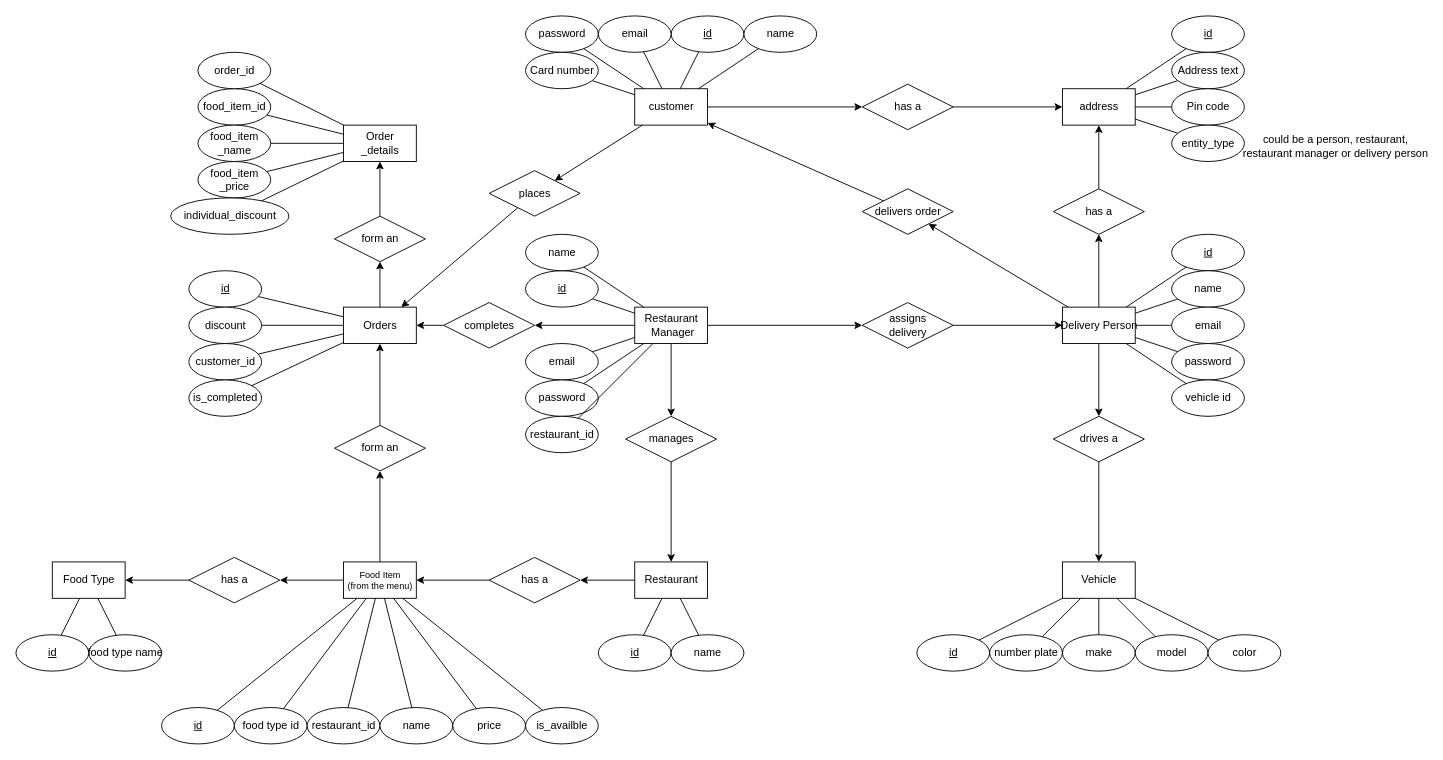
callofthewild/hunger-buzz keeps this draw.io diagram as diagrams/ER/ER diagram.drawio. Above is the earlier version. Source tidied: cells renumbered, new cells numbered last; positions are measured from the earlier drawing's top-left corner, leaving out a move shared by most shapes. Both pictures are drawn from the tidied source at 91%, with x=0, y=0 at pixel (15, 15).
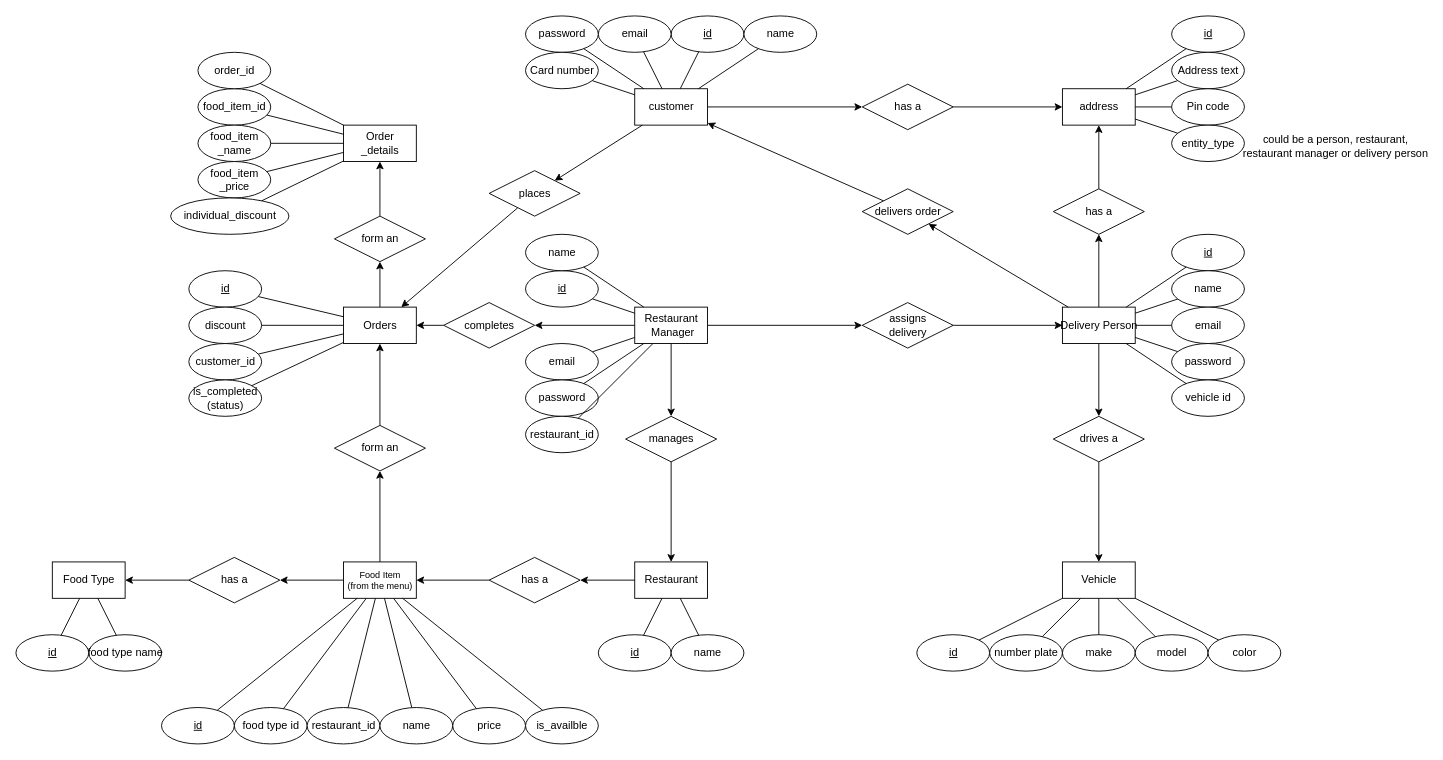
After the change.

Commit message:
order status

Change to the diagram source:
```diff
@@
-    <mxCell id="133" value="is_completed" style="ellipse;html=1;" parent="1" vertex="1">
+    <mxCell id="133" value="is_completed&lt;br&gt;(status)" style="ellipse;html=1;" parent="1" vertex="1">
       <mxGeometry x="190" y="400" width="80" height="40" as="geometry" />
     </mxCell>
```
